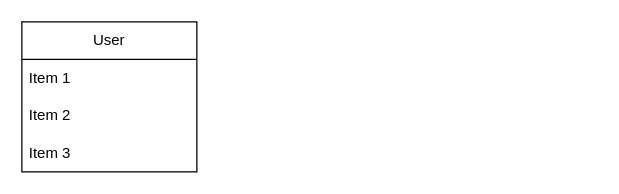
This is Restaurant.drawio from Elise-16-medeiros/Landing-Page-Restaurant, a draw.io file, before an edit. Source tidied: cells renumbered, new cells numbered last; positions are measured from the earlier drawing's top-left corner, leaving out a move shared by most shapes. Both pictures are drawn from the tidied source at 125%, with x=0, y=0 at pixel (21, 21).
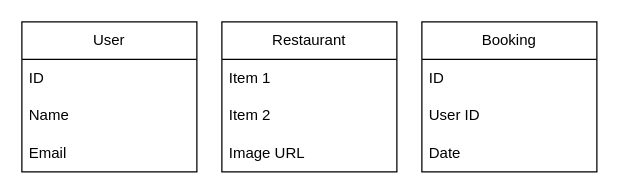
Above is the later version.

Diff of the diagram source:
```diff
@@
 <mxGraphModel>
   <root>
     <mxCell id="0" />
     <mxCell id="1" parent="0" />
     <mxCell id="2" value="User" style="swimlane;fontStyle=0;horizontal=1;startSize=30;whiteSpace=wrap;html=1;" parent="1" vertex="1">
       <mxGeometry width="140" height="120" as="geometry" />
     </mxCell>
-    <mxCell id="3" value="Item 1" style="text;strokeColor=none;fillColor=none;align=left;verticalAlign=middle;spacingLeft=4;spacingRight=4;overflow=hidden;whiteSpace=wrap;html=1;" parent="2" vertex="1">
+    <mxCell id="3" value="ID" style="text;strokeColor=none;fillColor=none;align=left;verticalAlign=middle;spacingLeft=4;spacingRight=4;overflow=hidden;whiteSpace=wrap;html=1;" parent="2" vertex="1">
       <mxGeometry y="30" width="140" height="30" as="geometry" />
     </mxCell>
-    <mxCell id="4" value="Item 2" style="text;strokeColor=none;fillColor=none;align=left;verticalAlign=middle;spacingLeft=4;spacingRight=4;overflow=hidden;whiteSpace=wrap;html=1;" parent="2" vertex="1">
+    <mxCell id="4" value="Name" style="text;strokeColor=none;fillColor=none;align=left;verticalAlign=middle;spacingLeft=4;spacingRight=4;overflow=hidden;whiteSpace=wrap;html=1;" parent="2" vertex="1">
       <mxGeometry y="60" width="140" height="30" as="geometry" />
     </mxCell>
-    <mxCell id="5" value="Item 3" style="text;strokeColor=none;fillColor=none;align=left;verticalAlign=middle;spacingLeft=4;spacingRight=4;overflow=hidden;whiteSpace=wrap;html=1;" parent="2" vertex="1">
+    <mxCell id="5" value="Email" style="text;strokeColor=none;fillColor=none;align=left;verticalAlign=middle;spacingLeft=4;spacingRight=4;overflow=hidden;whiteSpace=wrap;html=1;" parent="2" vertex="1">
       <mxGeometry y="90" width="140" height="30" as="geometry" />
     </mxCell>
+    <mxCell id="6" value="Restaurant" style="swimlane;fontStyle=0;horizontal=1;startSize=30;whiteSpace=wrap;html=1;" parent="1" vertex="1">
+      <mxGeometry x="160" width="140" height="120" as="geometry" />
+    </mxCell>
+    <mxCell id="7" value="Item 1" style="text;strokeColor=none;fillColor=none;align=left;verticalAlign=middle;spacingLeft=4;spacingRight=4;overflow=hidden;whiteSpace=wrap;html=1;" parent="6" vertex="1">
+      <mxGeometry y="30" width="140" height="30" as="geometry" />
+    </mxCell>
+    <mxCell id="8" value="Item 2" style="text;strokeColor=none;fillColor=none;align=left;verticalAlign=middle;spacingLeft=4;spacingRight=4;overflow=hidden;whiteSpace=wrap;html=1;" parent="6" vertex="1">
+      <mxGeometry y="60" width="140" height="30" as="geometry" />
+    </mxCell>
+    <mxCell id="9" value="Image URL" style="text;strokeColor=none;fillColor=none;align=left;verticalAlign=middle;spacingLeft=4;spacingRight=4;overflow=hidden;whiteSpace=wrap;html=1;" parent="6" vertex="1">
+      <mxGeometry y="90" width="140" height="30" as="geometry" />
+    </mxCell>
+    <mxCell id="10" value="Booking" style="swimlane;fontStyle=0;horizontal=1;startSize=30;whiteSpace=wrap;html=1;" parent="1" vertex="1">
+      <mxGeometry x="320" width="140" height="120" as="geometry" />
+    </mxCell>
+    <mxCell id="11" value="ID" style="text;strokeColor=none;fillColor=none;align=left;verticalAlign=middle;spacingLeft=4;spacingRight=4;overflow=hidden;whiteSpace=wrap;html=1;" parent="10" vertex="1">
+      <mxGeometry y="30" width="140" height="30" as="geometry" />
+    </mxCell>
+    <mxCell id="12" value="User ID" style="text;strokeColor=none;fillColor=none;align=left;verticalAlign=middle;spacingLeft=4;spacingRight=4;overflow=hidden;whiteSpace=wrap;html=1;" parent="10" vertex="1">
+      <mxGeometry y="60" width="140" height="30" as="geometry" />
+    </mxCell>
+    <mxCell id="13" value="Date" style="text;strokeColor=none;fillColor=none;align=left;verticalAlign=middle;spacingLeft=4;spacingRight=4;overflow=hidden;whiteSpace=wrap;html=1;" parent="10" vertex="1">
+      <mxGeometry y="90" width="140" height="30" as="geometry" />
+    </mxCell>
   </root>
 </mxGraphModel>
```
